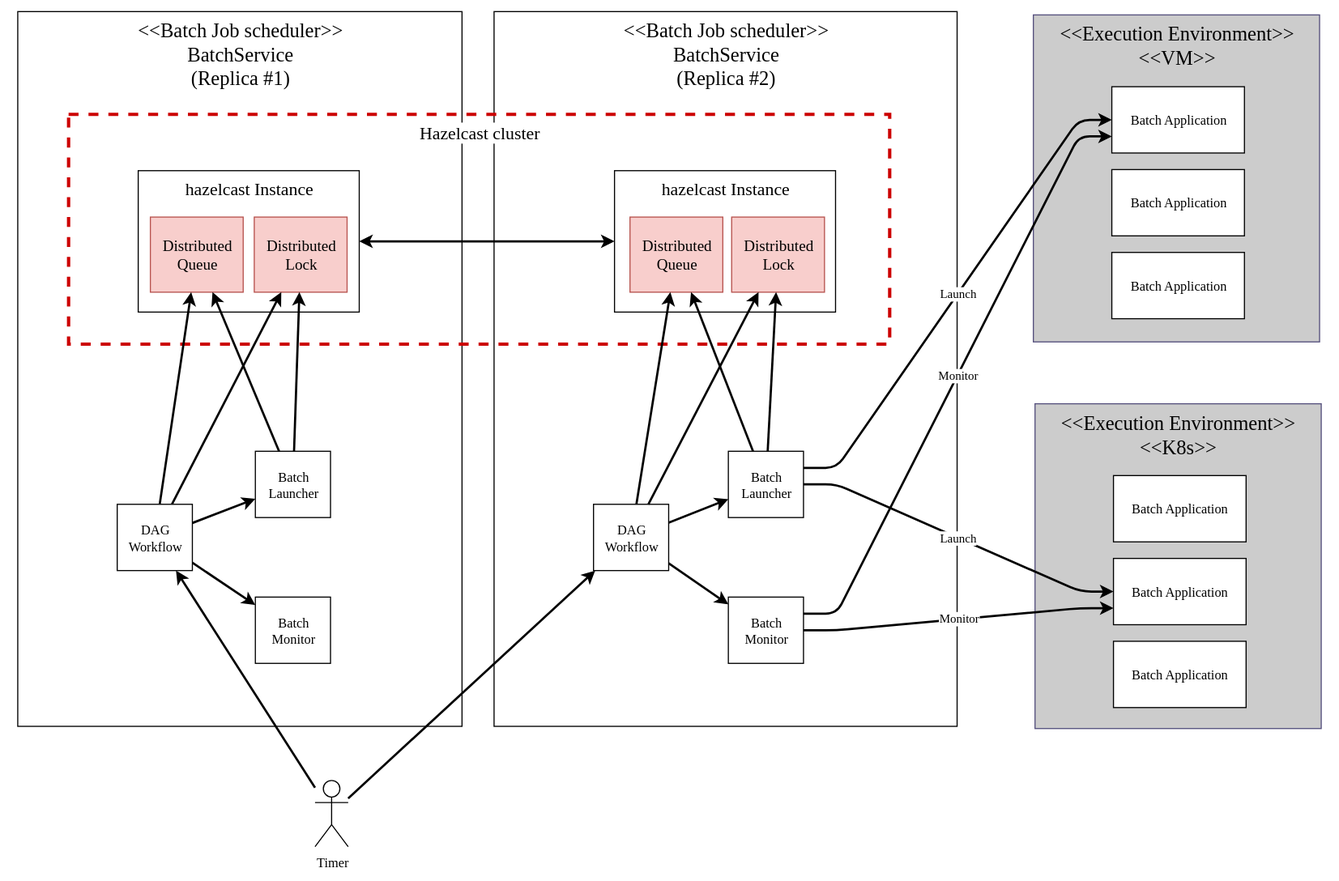
Above: ArchitectureSpecification/1. Project Overview/BatchService_Architecture_concept.svg in reddiana/a-cert (draw.io), before the change. Source tidied: cells renumbered, new cells last; positions are measured from the earlier drawing's top-left corner, leaving out a move shared by most shapes. The source it was exported from:
```xml
<mxGraphModel>
  <root>
    <mxCell id="0" />
    <mxCell id="1" parent="0" />
    <mxCell id="2" value="&amp;lt;&amp;lt;Batch Job scheduler&amp;gt;&amp;gt;&lt;br&gt;BatchService &lt;br&gt;(Replica #1)" style="whiteSpace=wrap;html=1;strokeColor=default;align=center;verticalAlign=top;fontFamily=Tahoma;fontSize=18;fontColor=default;fillColor=default;" parent="1" vertex="1">
      <mxGeometry width="402" height="647" as="geometry" />
    </mxCell>
    <mxCell id="3" value="&amp;lt;&amp;lt;Batch Job scheduler&amp;gt;&amp;gt;&lt;br&gt;BatchService &lt;br&gt;(Replica #2)" style="whiteSpace=wrap;html=1;strokeColor=default;align=center;verticalAlign=top;fontFamily=Tahoma;fontSize=18;fontColor=default;fillColor=default;" parent="1" vertex="1">
      <mxGeometry x="431" width="419" height="647" as="geometry" />
    </mxCell>
    <mxCell id="4" value="Hazelcast cluster" style="rounded=0;whiteSpace=wrap;html=1;verticalAlign=top;fillColor=none;labelBackgroundColor=default;fontSize=16;dashed=1;strokeWidth=3;strokeColor=#CC0000;fontFamily=Tahoma;" parent="1" vertex="1">
      <mxGeometry x="46" y="93" width="743" height="208" as="geometry" />
    </mxCell>
    <mxCell id="5" value="&lt;div&gt;&amp;lt;&amp;lt;Execution Environment&amp;gt;&amp;gt;&lt;/div&gt;&amp;lt;&amp;lt;VM&amp;gt;&amp;gt;" style="whiteSpace=wrap;html=1;strokeColor=#56517e;align=center;verticalAlign=top;fontFamily=Tahoma;fontSize=18;fillColor=#CCCCCC;" parent="1" vertex="1">
      <mxGeometry x="919" y="3" width="259" height="296" as="geometry" />
    </mxCell>
    <mxCell id="6" value="Batch Application" style="rounded=0;whiteSpace=wrap;html=1;fontFamily=Tahoma;" parent="1" vertex="1">
      <mxGeometry x="990" y="68" width="120" height="60" as="geometry" />
    </mxCell>
    <mxCell id="7" value="Batch Application" style="rounded=0;whiteSpace=wrap;html=1;fontFamily=Tahoma;" parent="1" vertex="1">
      <mxGeometry x="990" y="143" width="120" height="60" as="geometry" />
    </mxCell>
    <mxCell id="8" value="Batch Application" style="rounded=0;whiteSpace=wrap;html=1;fontFamily=Tahoma;" parent="1" vertex="1">
      <mxGeometry x="990" y="218" width="120" height="60" as="geometry" />
    </mxCell>
    <mxCell id="9" value="&lt;div&gt;&amp;lt;&amp;lt;Execution Environment&amp;gt;&amp;gt;&lt;/div&gt;&amp;lt;&amp;lt;K8s&amp;gt;&amp;gt;" style="whiteSpace=wrap;html=1;strokeColor=#56517e;align=center;verticalAlign=top;fontFamily=Tahoma;fontSize=18;fontColor=default;fillColor=#CCCCCC;" parent="1" vertex="1">
      <mxGeometry x="920.5" y="355" width="259" height="294" as="geometry" />
    </mxCell>
    <mxCell id="10" value="Batch Application" style="rounded=0;whiteSpace=wrap;html=1;fontFamily=Tahoma;" parent="1" vertex="1">
      <mxGeometry x="991.5" y="420" width="120" height="60" as="geometry" />
    </mxCell>
    <mxCell id="11" value="Batch Application" style="rounded=0;whiteSpace=wrap;html=1;fontFamily=Tahoma;" parent="1" vertex="1">
      <mxGeometry x="991.5" y="495" width="120" height="60" as="geometry" />
    </mxCell>
    <mxCell id="12" value="Batch Application" style="rounded=0;whiteSpace=wrap;html=1;fontFamily=Tahoma;" parent="1" vertex="1">
      <mxGeometry x="991.5" y="570" width="120" height="60" as="geometry" />
    </mxCell>
    <mxCell id="13" style="edgeStyle=none;shape=connector;rounded=0;jettySize=auto;html=1;strokeColor=default;strokeWidth=2;align=center;verticalAlign=middle;fontFamily=Tahoma;fontSize=11;fontColor=default;labelBackgroundColor=default;endArrow=classic;" parent="1" edge="1" source="15" target="20">
      <mxGeometry relative="1" as="geometry" />
    </mxCell>
    <mxCell id="14" style="edgeStyle=none;shape=connector;rounded=0;jettySize=auto;html=1;strokeColor=default;strokeWidth=2;align=center;verticalAlign=middle;fontFamily=Tahoma;fontSize=11;fontColor=default;labelBackgroundColor=default;endArrow=classic;" parent="1" edge="1" source="15" target="38">
      <mxGeometry relative="1" as="geometry" />
    </mxCell>
    <mxCell id="15" value="Timer" style="shape=umlActor;verticalLabelPosition=bottom;verticalAlign=top;html=1;outlineConnect=0;fontFamily=Tahoma;" parent="1" vertex="1">
      <mxGeometry x="269" y="696" width="30" height="60" as="geometry" />
    </mxCell>
    <mxCell id="16" style="edgeStyle=orthogonalEdgeStyle;rounded=0;jettySize=auto;html=1;startArrow=classic;startFill=1;strokeWidth=2;fontFamily=Tahoma;" parent="1" edge="1" source="17" target="23">
      <mxGeometry relative="1" as="geometry" />
    </mxCell>
    <mxCell id="17" value="hazelcast Instance" style="rounded=0;whiteSpace=wrap;html=1;verticalAlign=top;fontSize=16;fontFamily=Tahoma;" parent="1" vertex="1">
      <mxGeometry x="109" y="144" width="200" height="128" as="geometry" />
    </mxCell>
    <mxCell id="18" style="edgeStyle=none;shape=connector;rounded=0;jettySize=auto;html=1;strokeColor=default;strokeWidth=2;align=center;verticalAlign=middle;fontFamily=Tahoma;fontSize=11;fontColor=default;labelBackgroundColor=default;endArrow=classic;" parent="1" edge="1" source="20" target="30">
      <mxGeometry relative="1" as="geometry" />
    </mxCell>
    <mxCell id="19" style="edgeStyle=none;shape=connector;rounded=0;html=1;labelBackgroundColor=default;strokeColor=default;strokeWidth=2;align=center;verticalAlign=middle;fontFamily=Tahoma;fontSize=11;fontColor=default;endArrow=classic;" parent="1" edge="1" source="20" target="32">
      <mxGeometry relative="1" as="geometry" />
    </mxCell>
    <mxCell id="20" value="DAG&lt;br&gt;Workflow" style="rounded=0;whiteSpace=wrap;html=1;fontFamily=Tahoma;" parent="1" vertex="1">
      <mxGeometry x="521" y="446" width="68" height="60" as="geometry" />
    </mxCell>
    <mxCell id="21" value="Distributed&lt;br&gt;Queue" style="rounded=0;whiteSpace=wrap;html=1;direction=south;fillColor=#f8cecc;strokeColor=#b85450;fontSize=14;fontFamily=Tahoma;" parent="1" vertex="1">
      <mxGeometry x="120" y="186" width="84" height="68" as="geometry" />
    </mxCell>
    <mxCell id="22" value="Distributed&lt;br style=&quot;font-size: 14px;&quot;&gt;Lock" style="rounded=0;whiteSpace=wrap;html=1;direction=south;fillColor=#f8cecc;strokeColor=#b85450;fontSize=14;fontFamily=Tahoma;" parent="1" vertex="1">
      <mxGeometry x="214" y="186" width="84" height="68" as="geometry" />
    </mxCell>
    <mxCell id="23" value="hazelcast Instance" style="rounded=0;whiteSpace=wrap;html=1;verticalAlign=top;fontSize=16;fontFamily=Tahoma;" parent="1" vertex="1">
      <mxGeometry x="540" y="144" width="200" height="128" as="geometry" />
    </mxCell>
    <mxCell id="24" value="Distributed&lt;br style=&quot;font-size: 14px;&quot;&gt;Queue" style="rounded=0;whiteSpace=wrap;html=1;direction=south;fillColor=#f8cecc;strokeColor=#b85450;fontSize=14;fontFamily=Tahoma;" parent="1" vertex="1">
      <mxGeometry x="554" y="186" width="84" height="68" as="geometry" />
    </mxCell>
    <mxCell id="25" value="Distributed&lt;br style=&quot;font-size: 14px;&quot;&gt;Lock" style="rounded=0;whiteSpace=wrap;html=1;direction=south;fillColor=#f8cecc;strokeColor=#b85450;fontSize=14;fontFamily=Tahoma;" parent="1" vertex="1">
      <mxGeometry x="646" y="186" width="84" height="68" as="geometry" />
    </mxCell>
    <mxCell id="26" value="Launch" style="rounded=1;jettySize=auto;html=1;strokeWidth=2;entryX=0;entryY=0.5;entryDx=0;entryDy=0;edgeStyle=entityRelationEdgeStyle;curved=0;exitX=1;exitY=0.25;exitDx=0;exitDy=0;fontFamily=Tahoma;" parent="1" edge="1" source="30" target="6">
      <mxGeometry relative="1" as="geometry" />
    </mxCell>
    <mxCell id="27" value="Launch" style="edgeStyle=entityRelationEdgeStyle;shape=connector;rounded=1;jettySize=auto;html=1;strokeColor=default;strokeWidth=2;align=center;verticalAlign=middle;fontFamily=Tahoma;fontSize=11;fontColor=default;labelBackgroundColor=default;endArrow=classic;entryX=0;entryY=0.5;entryDx=0;entryDy=0;curved=0;" parent="1" edge="1" source="30" target="11">
      <mxGeometry relative="1" as="geometry" />
    </mxCell>
    <mxCell id="28" style="edgeStyle=none;shape=connector;rounded=0;jettySize=auto;html=1;strokeColor=default;strokeWidth=2;align=center;verticalAlign=middle;fontFamily=Tahoma;fontSize=11;fontColor=default;labelBackgroundColor=default;endArrow=classic;" parent="1" edge="1" source="30" target="24">
      <mxGeometry relative="1" as="geometry" />
    </mxCell>
    <mxCell id="29" style="edgeStyle=none;shape=connector;rounded=0;jettySize=auto;html=1;strokeColor=default;strokeWidth=2;align=center;verticalAlign=middle;fontFamily=Tahoma;fontSize=11;fontColor=default;labelBackgroundColor=default;endArrow=classic;" parent="1" edge="1" source="30" target="25">
      <mxGeometry relative="1" as="geometry" />
    </mxCell>
    <mxCell id="30" value="Batch Launcher" style="rounded=0;whiteSpace=wrap;html=1;fontFamily=Tahoma;" parent="1" vertex="1">
      <mxGeometry x="643" y="398" width="68" height="60" as="geometry" />
    </mxCell>
    <mxCell id="31" value="Monitor" style="edgeStyle=entityRelationEdgeStyle;shape=connector;rounded=1;jettySize=auto;html=1;strokeColor=default;strokeWidth=2;align=center;verticalAlign=middle;fontFamily=Tahoma;fontSize=11;fontColor=default;labelBackgroundColor=default;endArrow=classic;curved=0;entryX=0;entryY=0.75;entryDx=0;entryDy=0;" parent="1" edge="1" source="32" target="11">
      <mxGeometry relative="1" as="geometry" />
    </mxCell>
    <mxCell id="32" value="Batch Monitor" style="rounded=0;whiteSpace=wrap;html=1;fontFamily=Tahoma;" parent="1" vertex="1">
      <mxGeometry x="643" y="530" width="68" height="60" as="geometry" />
    </mxCell>
    <mxCell id="33" value="Monitor" style="edgeStyle=entityRelationEdgeStyle;shape=connector;rounded=1;jettySize=auto;html=1;entryX=0;entryY=0.75;entryDx=0;entryDy=0;strokeColor=default;strokeWidth=2;align=center;verticalAlign=middle;fontFamily=Tahoma;fontSize=11;fontColor=default;labelBackgroundColor=default;endArrow=classic;curved=0;exitX=1;exitY=0.25;exitDx=0;exitDy=0;" parent="1" edge="1" source="32" target="6">
      <mxGeometry relative="1" as="geometry" />
    </mxCell>
    <mxCell id="34" style="edgeStyle=none;shape=connector;rounded=0;jettySize=auto;html=1;strokeColor=default;strokeWidth=2;align=center;verticalAlign=middle;fontFamily=Tahoma;fontSize=11;fontColor=default;labelBackgroundColor=default;endArrow=classic;" parent="1" edge="1" source="38" target="41">
      <mxGeometry relative="1" as="geometry" />
    </mxCell>
    <mxCell id="35" style="edgeStyle=none;shape=connector;rounded=0;html=1;labelBackgroundColor=default;strokeColor=default;strokeWidth=2;align=center;verticalAlign=middle;fontFamily=Tahoma;fontSize=11;fontColor=default;endArrow=classic;" parent="1" edge="1" source="38" target="42">
      <mxGeometry relative="1" as="geometry" />
    </mxCell>
    <mxCell id="36" style="edgeStyle=none;shape=connector;rounded=0;html=1;labelBackgroundColor=default;strokeColor=default;strokeWidth=2;align=center;verticalAlign=middle;fontFamily=Tahoma;fontSize=11;fontColor=default;endArrow=classic;" parent="1" edge="1" source="38" target="21">
      <mxGeometry relative="1" as="geometry" />
    </mxCell>
    <mxCell id="37" style="edgeStyle=none;shape=connector;rounded=0;html=1;labelBackgroundColor=default;strokeColor=default;strokeWidth=2;align=center;verticalAlign=middle;fontFamily=Tahoma;fontSize=11;fontColor=default;endArrow=classic;" parent="1" edge="1" source="38" target="22">
      <mxGeometry relative="1" as="geometry" />
    </mxCell>
    <mxCell id="38" value="DAG&lt;br&gt;Workflow" style="rounded=0;whiteSpace=wrap;html=1;fontFamily=Tahoma;" parent="1" vertex="1">
      <mxGeometry x="90" y="446" width="68" height="60" as="geometry" />
    </mxCell>
    <mxCell id="39" style="edgeStyle=none;shape=connector;rounded=0;jettySize=auto;html=1;strokeColor=default;strokeWidth=2;align=center;verticalAlign=middle;fontFamily=Tahoma;fontSize=11;fontColor=default;labelBackgroundColor=default;endArrow=classic;" parent="1" edge="1" source="41" target="21">
      <mxGeometry relative="1" as="geometry" />
    </mxCell>
    <mxCell id="40" style="edgeStyle=none;shape=connector;rounded=0;jettySize=auto;html=1;strokeColor=default;strokeWidth=2;align=center;verticalAlign=middle;fontFamily=Tahoma;fontSize=11;fontColor=default;labelBackgroundColor=default;endArrow=classic;" parent="1" edge="1" source="41" target="22">
      <mxGeometry relative="1" as="geometry" />
    </mxCell>
    <mxCell id="41" value="Batch Launcher" style="rounded=0;whiteSpace=wrap;html=1;fontFamily=Tahoma;" parent="1" vertex="1">
      <mxGeometry x="215" y="398" width="68" height="60" as="geometry" />
    </mxCell>
    <mxCell id="42" value="Batch Monitor" style="rounded=0;whiteSpace=wrap;html=1;fontFamily=Tahoma;" parent="1" vertex="1">
      <mxGeometry x="215" y="530" width="68" height="60" as="geometry" />
    </mxCell>
    <mxCell id="43" style="edgeStyle=none;shape=connector;rounded=0;html=1;labelBackgroundColor=default;strokeColor=default;strokeWidth=2;align=center;verticalAlign=middle;fontFamily=Tahoma;fontSize=11;fontColor=default;endArrow=classic;" parent="1" edge="1" source="20" target="24">
      <mxGeometry relative="1" as="geometry" />
    </mxCell>
    <mxCell id="44" style="edgeStyle=none;shape=connector;rounded=0;html=1;labelBackgroundColor=default;strokeColor=default;strokeWidth=2;align=center;verticalAlign=middle;fontFamily=Tahoma;fontSize=11;fontColor=default;endArrow=classic;" parent="1" edge="1" source="20" target="25">
      <mxGeometry relative="1" as="geometry" />
    </mxCell>
  </root>
</mxGraphModel>
```
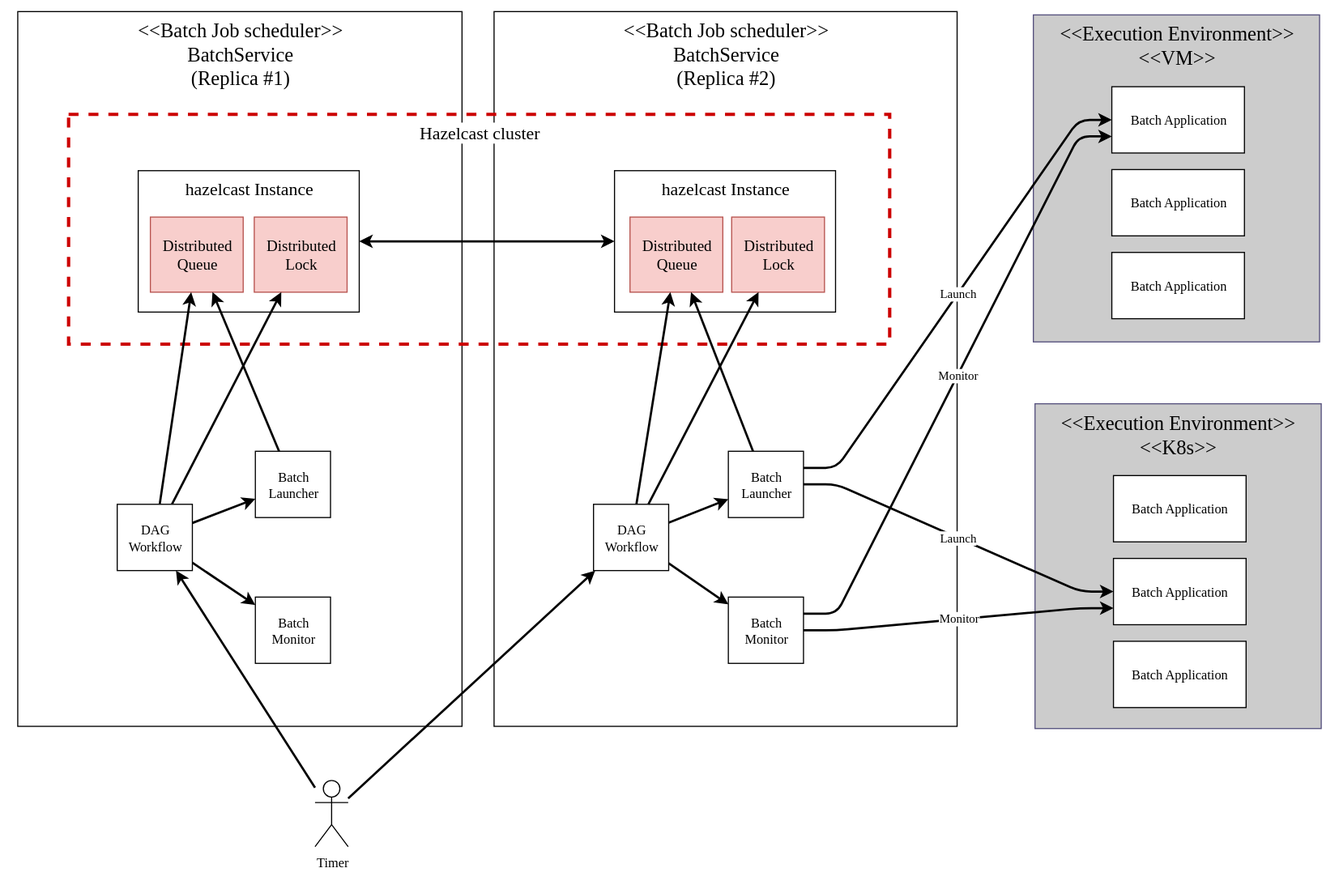
Above is the later version.

What changed in the source:
```diff
@@ -83,9 +83,6 @@
     <mxCell id="28" style="edgeStyle=none;shape=connector;rounded=0;jettySize=auto;html=1;strokeColor=default;strokeWidth=2;align=center;verticalAlign=middle;fontFamily=Tahoma;fontSize=11;fontColor=default;labelBackgroundColor=default;endArrow=classic;" parent="1" edge="1" source="30" target="24">
       <mxGeometry relative="1" as="geometry" />
     </mxCell>
-    <mxCell id="29" style="edgeStyle=none;shape=connector;rounded=0;jettySize=auto;html=1;strokeColor=default;strokeWidth=2;align=center;verticalAlign=middle;fontFamily=Tahoma;fontSize=11;fontColor=default;labelBackgroundColor=default;endArrow=classic;" parent="1" edge="1" source="30" target="25">
-      <mxGeometry relative="1" as="geometry" />
-    </mxCell>
     <mxCell id="30" value="Batch Launcher" style="rounded=0;whiteSpace=wrap;html=1;fontFamily=Tahoma;" parent="1" vertex="1">
       <mxGeometry x="643" y="398" width="68" height="60" as="geometry" />
     </mxCell>
@@ -116,9 +113,6 @@
     <mxCell id="39" style="edgeStyle=none;shape=connector;rounded=0;jettySize=auto;html=1;strokeColor=default;strokeWidth=2;align=center;verticalAlign=middle;fontFamily=Tahoma;fontSize=11;fontColor=default;labelBackgroundColor=default;endArrow=classic;" parent="1" edge="1" source="41" target="21">
       <mxGeometry relative="1" as="geometry" />
     </mxCell>
-    <mxCell id="40" style="edgeStyle=none;shape=connector;rounded=0;jettySize=auto;html=1;strokeColor=default;strokeWidth=2;align=center;verticalAlign=middle;fontFamily=Tahoma;fontSize=11;fontColor=default;labelBackgroundColor=default;endArrow=classic;" parent="1" edge="1" source="41" target="22">
-      <mxGeometry relative="1" as="geometry" />
-    </mxCell>
     <mxCell id="41" value="Batch Launcher" style="rounded=0;whiteSpace=wrap;html=1;fontFamily=Tahoma;" parent="1" vertex="1">
       <mxGeometry x="215" y="398" width="68" height="60" as="geometry" />
     </mxCell>
```
